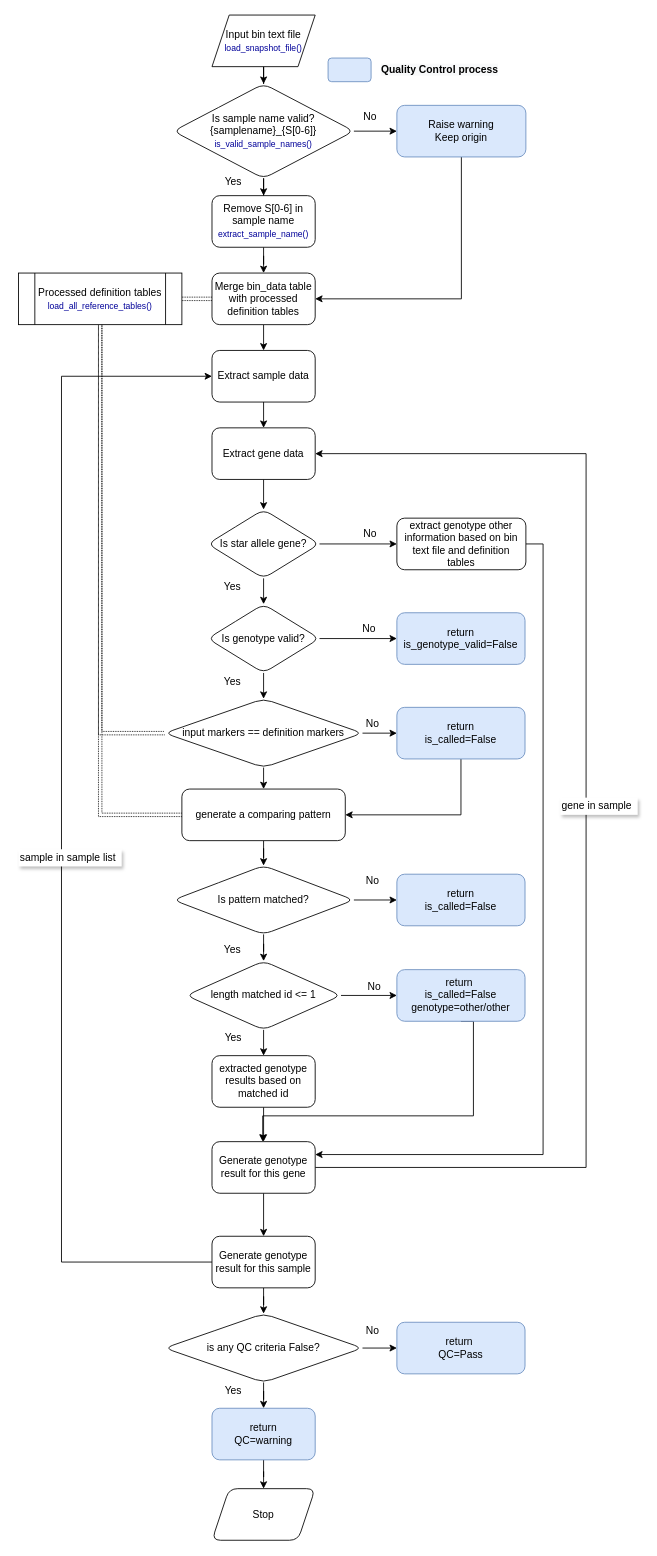
lamnvcnsh/snapshot_genotyping keeps this draw.io diagram as workflow/flowchart.drawio. Above is the earlier version. Source tidied: cells renumbered, new cells numbered last; positions are measured from the earlier drawing's top-left corner, leaving out a move shared by most shapes. Both pictures are drawn from the tidied source at 86%, with x=0, y=0 at pixel (18, 15).
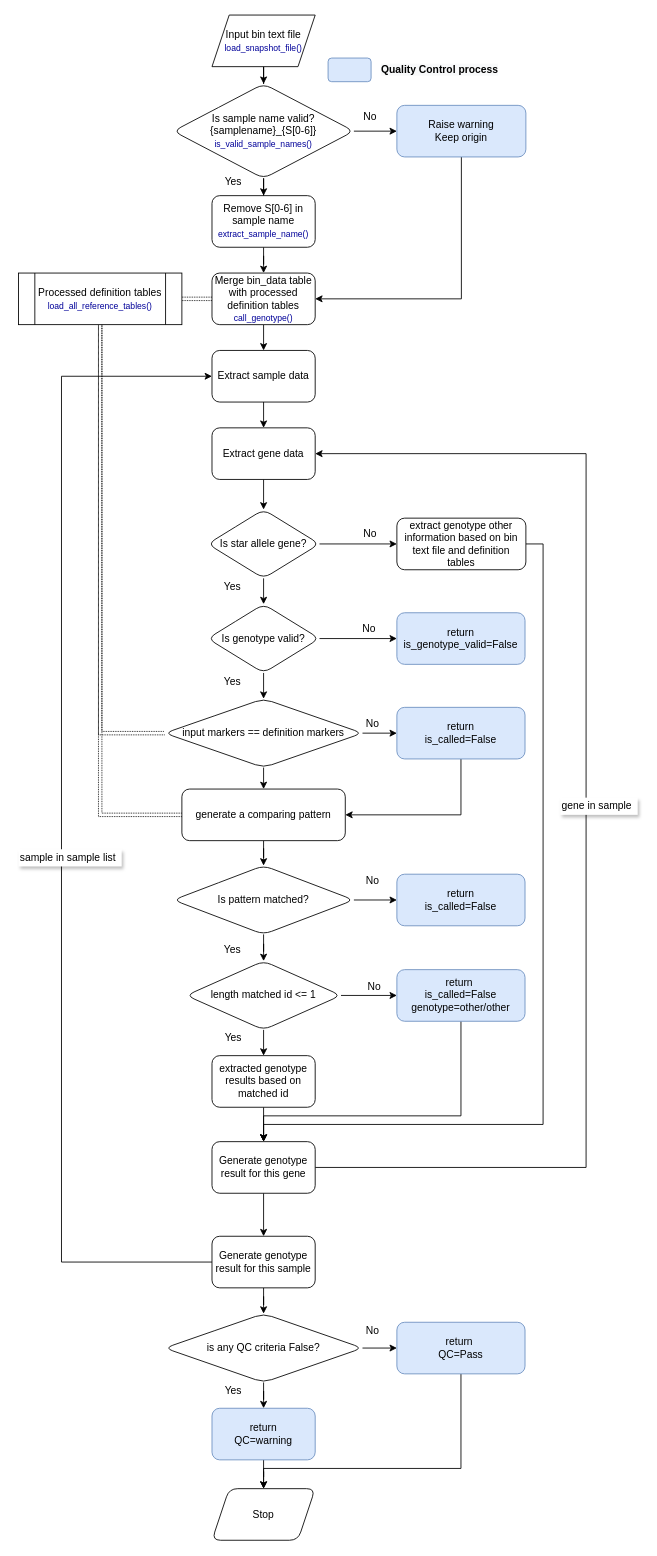
The same diagram, later.

Unchanged cells that the change refers to:
```xml
<mxCell id="32" value="extract genotype other information based on bin text file and definition tables" style="whiteSpace=wrap;html=1;rounded=1;shadow=0;strokeWidth=1;glass=0;" parent="1" vertex="1">
  <mxGeometry x="440" y="585" width="150" height="60" as="geometry" />
</mxCell>
<mxCell id="60" value="return&amp;nbsp;&lt;br&gt;is_called=False&lt;br&gt;genotype=other/other" style="whiteSpace=wrap;html=1;rounded=1;shadow=0;strokeWidth=1;glass=0;fillColor=#dae8fc;strokeColor=#6c8ebf;" parent="1" vertex="1">
  <mxGeometry x="440" y="1110" width="149" height="60" as="geometry" />
</mxCell>
<mxCell id="66" value="Generate genotype result for this gene" style="whiteSpace=wrap;html=1;rounded=1;shadow=0;strokeWidth=1;glass=0;" parent="1" vertex="1">
  <mxGeometry x="225" y="1310" width="120" height="60" as="geometry" />
</mxCell>
<mxCell id="70" value="Stop" style="shape=parallelogram;perimeter=parallelogramPerimeter;whiteSpace=wrap;html=1;fixedSize=1;rounded=1;shadow=0;strokeWidth=1;glass=0;" parent="1" vertex="1">
  <mxGeometry x="225" y="1713.5" width="120" height="60" as="geometry" />
</mxCell>
<mxCell id="76" value="return&amp;nbsp;&lt;br&gt;QC=Pass" style="whiteSpace=wrap;html=1;rounded=1;shadow=0;strokeWidth=1;glass=0;fillColor=#dae8fc;strokeColor=#6c8ebf;" parent="1" vertex="1">
  <mxGeometry x="440" y="1520" width="149" height="60" as="geometry" />
</mxCell>
```

Change to the diagram source:
```diff
@@
-    <mxCell id="17" value="Merge bin_data table with processed definition tables" style="whiteSpace=wrap;html=1;rounded=1;shadow=0;strokeWidth=1;glass=0;" parent="1" vertex="1">
+    <mxCell id="17" value="Merge bin_data table with processed definition tables&lt;br&gt;&lt;span style=&quot;color: rgb(0 , 0 , 153) ; font-size: 10px&quot;&gt;call_genotype()&lt;/span&gt;" style="whiteSpace=wrap;html=1;rounded=1;shadow=0;strokeWidth=1;glass=0;" parent="1" vertex="1">
       <mxGeometry x="225" y="300" width="120" height="60" as="geometry" />
     </mxCell>
@@
-    <mxCell id="31" style="edgeStyle=orthogonalEdgeStyle;rounded=0;jettySize=auto;html=1;exitX=1;exitY=0.5;exitDx=0;exitDy=0;entryX=1;entryY=0.25;entryDx=0;entryDy=0;" parent="1" edge="1" source="32" target="66">
-      <mxGeometry relative="1" as="geometry" />
+    <mxCell id="31" style="edgeStyle=orthogonalEdgeStyle;rounded=0;jettySize=auto;html=1;exitX=1;exitY=0.5;exitDx=0;exitDy=0;entryX=0.5;entryY=0;entryDx=0;entryDy=0;" parent="1" edge="1" source="32" target="66">
+      <mxGeometry relative="1" as="geometry">
+        <Array as="points">
+          <mxPoint x="610" y="615" />
+          <mxPoint x="610" y="1290" />
+          <mxPoint x="285" y="1290" />
+        </Array>
+      </mxGeometry>
     </mxCell>
@@
-    <mxCell id="59" style="edgeStyle=orthogonalEdgeStyle;rounded=0;jettySize=auto;html=1;exitX=0.5;exitY=1;exitDx=0;exitDy=0;" parent="1" edge="1" source="60">
-      <mxGeometry relative="1" as="geometry">
-        <mxPoint x="284" y="1310" as="targetPoint" />
-        <Array as="points">
-          <mxPoint x="529" y="1170" />
-          <mxPoint x="529" y="1280" />
-          <mxPoint x="284" y="1280" />
-        </Array>
-      </mxGeometry>
-    </mxCell>
+    <mxCell id="83" style="edgeStyle=orthogonalEdgeStyle;rounded=0;jettySize=auto;html=1;exitX=0.5;exitY=1;exitDx=0;exitDy=0;entryX=0.5;entryY=0;entryDx=0;entryDy=0;" parent="1" edge="1" source="60" target="66">
+      <mxGeometry relative="1" as="geometry">
+        <Array as="points">
+          <mxPoint x="515" y="1280" />
+          <mxPoint x="285" y="1280" />
+        </Array>
+      </mxGeometry>
+    </mxCell>
@@
+    <mxCell id="84" style="edgeStyle=orthogonalEdgeStyle;rounded=0;jettySize=auto;html=1;exitX=0.5;exitY=1;exitDx=0;exitDy=0;entryX=0.5;entryY=0;entryDx=0;entryDy=0;" parent="1" edge="1" source="76" target="70">
+      <mxGeometry relative="1" as="geometry">
+        <Array as="points">
+          <mxPoint x="515" y="1690" />
+          <mxPoint x="285" y="1690" />
+        </Array>
+      </mxGeometry>
+    </mxCell>
```
